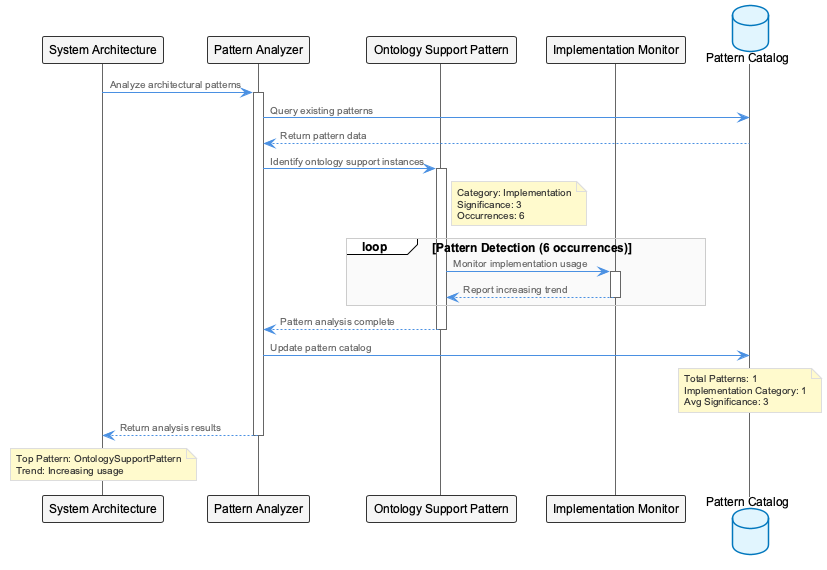
The PlantUML diagram knowledge-management/insights/images/ontology-support-pattern-sequence.png in fwornle/coding, before a commit. Its diagram source:
```plantuml
@startuml
!include /Users/q284340/Agentic/coding/docs/puml/_standard-style.puml

participant "System Architecture" as SA
participant "Pattern Analyzer" as PA
participant "Ontology Support Pattern" as OSP
participant "Implementation Monitor" as IM
database "Pattern Catalog" as PC

SA -> PA: Analyze architectural patterns
activate PA

PA -> PC: Query existing patterns
PC --> PA: Return pattern data

PA -> OSP: Identify ontology support instances
activate OSP
note right of OSP: Category: Implementation\nSignificance: 3\nOccurrences: 6

loop Pattern Detection (6 occurrences)
    OSP -> IM: Monitor implementation usage
    activate IM
    IM --> OSP: Report increasing trend
    deactivate IM
end

OSP --> PA: Pattern analysis complete
deactivate OSP

PA -> PC: Update pattern catalog
note over PC: Total Patterns: 1\nImplementation Category: 1\nAvg Significance: 3

PA --> SA: Return analysis results
deactivate PA

note over SA: Top Pattern: OntologySupportPattern\nTrend: Increasing usage

@enduml
```
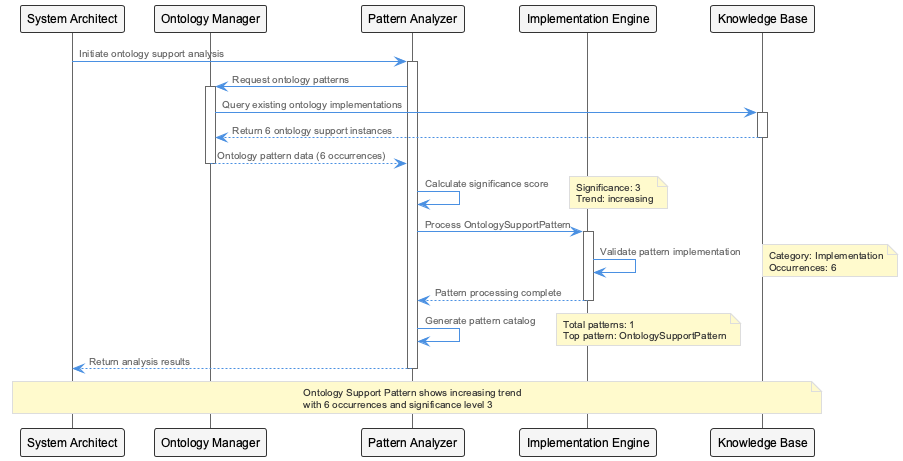
After the change.

Diff of the diagram source:
```diff
@@ -1,38 +1,43 @@
 @startuml
 !include /Users/q284340/Agentic/coding/docs/puml/_standard-style.puml
 
-participant "System Architecture" as SA
-participant "Pattern Analyzer" as PA
-participant "Ontology Support Pattern" as OSP
-participant "Implementation Monitor" as IM
-database "Pattern Catalog" as PC
+participant "System Architect" as architect
+participant "Ontology Manager" as ontologyMgr
+participant "Pattern Analyzer" as analyzer
+participant "Implementation Engine" as engine
+participant "Knowledge Base" as kb
 
-SA -> PA: Analyze architectural patterns
-activate PA
+architect -> analyzer: Initiate ontology support analysis
+activate analyzer
 
-PA -> PC: Query existing patterns
-PC --> PA: Return pattern data
+analyzer -> ontologyMgr: Request ontology patterns
+activate ontologyMgr
 
-PA -> OSP: Identify ontology support instances
-activate OSP
-note right of OSP: Category: Implementation\nSignificance: 3\nOccurrences: 6
+ontologyMgr -> kb: Query existing ontology implementations
+activate kb
+kb --> ontologyMgr: Return 6 ontology support instances
+deactivate kb
 
-loop Pattern Detection (6 occurrences)
-    OSP -> IM: Monitor implementation usage
-    activate IM
-    IM --> OSP: Report increasing trend
-    deactivate IM
-end
+ontologyMgr --> analyzer: Ontology pattern data (6 occurrences)
+deactivate ontologyMgr
 
-OSP --> PA: Pattern analysis complete
-deactivate OSP
+analyzer -> analyzer: Calculate significance score
+note right: Significance: 3\nTrend: increasing
 
-PA -> PC: Update pattern catalog
-note over PC: Total Patterns: 1\nImplementation Category: 1\nAvg Significance: 3
+analyzer -> engine: Process OntologySupportPattern
+activate engine
 
-PA --> SA: Return analysis results
-deactivate PA
+engine -> engine: Validate pattern implementation
+note right: Category: Implementation\nOccurrences: 6
 
-note over SA: Top Pattern: OntologySupportPattern\nTrend: Increasing usage
+engine --> analyzer: Pattern processing complete
+deactivate engine
 
+analyzer -> analyzer: Generate pattern catalog
+note right: Total patterns: 1\nTop pattern: OntologySupportPattern
+
+analyzer --> architect: Return analysis results
+deactivate analyzer
+
+note over architect, kb: Ontology Support Pattern shows increasing trend\nwith 6 occurrences and significance level 3
 @enduml
```
